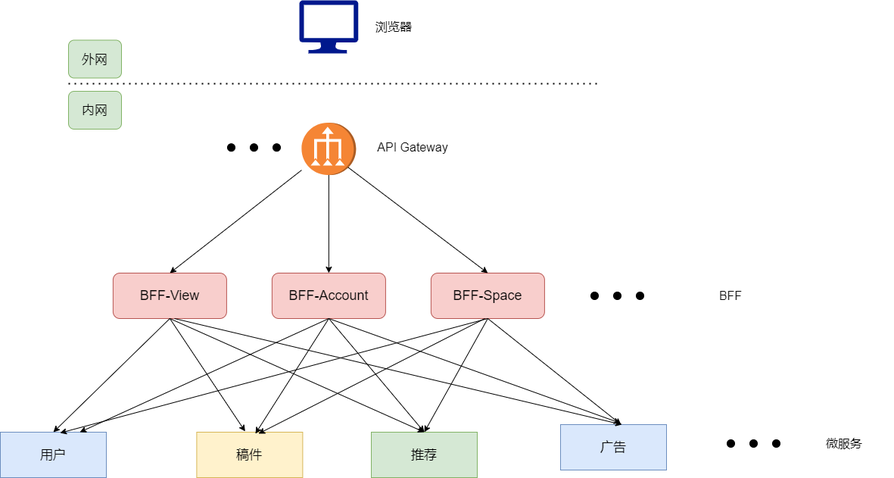
Nevermore12321/LeetCode keeps this draw.io diagram as go进阶训练营/微服务-APIGateway.png. Above is the earlier version. Source tidied: cells renumbered, new cells last; positions are measured from the earlier drawing's top-left corner, leaving out a move shared by most shapes.
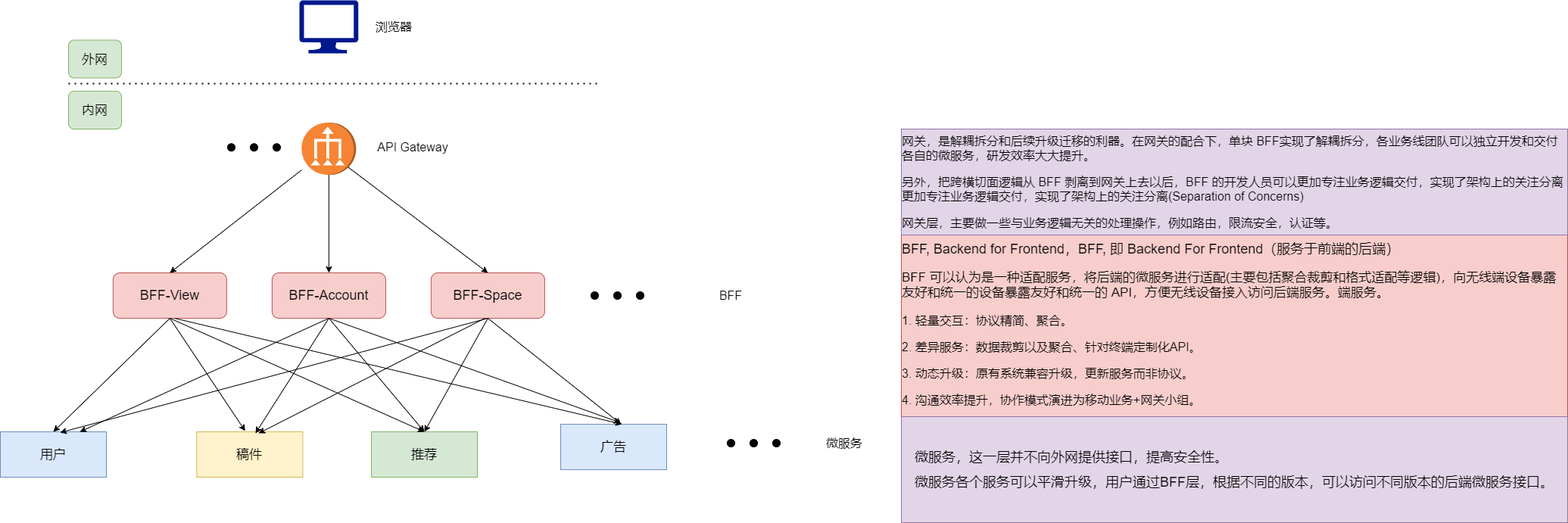
The same file after the commit.

What changed in the source:
```diff
@@ -131,5 +131,14 @@
     <mxCell id="41" value="&lt;font style=&quot;font-size: 16px&quot;&gt;微服务&lt;br&gt;&lt;/font&gt;" style="text;html=1;strokeColor=none;fillColor=none;align=center;verticalAlign=middle;whiteSpace=wrap;rounded=0;" parent="1" vertex="1">
       <mxGeometry x="1050" y="569.2" width="130" height="31.5" as="geometry" />
     </mxCell>
+    <mxCell id="42" value="&lt;p style=&quot;text-align: left&quot;&gt;&lt;font style=&quot;font-size: 18px&quot;&gt;BFF, Backend for Frontend，BFF, 即 Backend For Frontend（服务于前端的后端）&lt;/font&gt;&lt;/p&gt;&lt;p style=&quot;text-align: left ; font-size: 17px&quot;&gt;&lt;span class=&quot;fontstyle0&quot;&gt;BFF &lt;/span&gt;&lt;span class=&quot;fontstyle2&quot;&gt;可以认为是一种适配服务，将后端的微服务进行&lt;/span&gt;&lt;span class=&quot;fontstyle2&quot;&gt;适配&lt;/span&gt;&lt;span class=&quot;fontstyle0&quot;&gt;(&lt;/span&gt;&lt;span class=&quot;fontstyle2&quot;&gt;主要包括聚合裁剪和格式适配等逻辑&lt;/span&gt;&lt;span class=&quot;fontstyle0&quot;&gt;)&lt;/span&gt;&lt;span class=&quot;fontstyle2&quot;&gt;，向无线端&lt;/span&gt;&lt;span&gt;设备暴露友好和统一的&lt;/span&gt;&lt;span class=&quot;fontstyle2&quot;&gt;设备暴露友好和统一的 &lt;/span&gt;&lt;span class=&quot;fontstyle0&quot;&gt;API&lt;/span&gt;&lt;span class=&quot;fontstyle2&quot;&gt;，方便无线设备接入访问后端服务。&lt;/span&gt;&lt;span&gt;端服务。&lt;/span&gt;&lt;/p&gt;&lt;p style=&quot;text-align: left ; font-size: 16px&quot;&gt;&lt;span class=&quot;fontstyle0&quot;&gt;1. 轻量交互：协议精简、聚合。&lt;/span&gt;&lt;/p&gt;&lt;p style=&quot;text-align: left ; font-size: 16px&quot;&gt;&lt;span class=&quot;fontstyle0&quot; style=&quot;text-align: center&quot;&gt;2. 差异服务：数据裁剪以及聚合、针对终端定制化&lt;/span&gt;&lt;span class=&quot;fontstyle3&quot; style=&quot;text-align: center&quot;&gt;API&lt;/span&gt;&lt;span class=&quot;fontstyle0&quot; style=&quot;text-align: center&quot;&gt;。&lt;/span&gt;&lt;/p&gt;&lt;p style=&quot;text-align: left ; font-size: 16px&quot;&gt;&lt;span class=&quot;fontstyle0&quot; style=&quot;text-align: center&quot;&gt;3. 动态升级：原有系统兼容升级，更新服务而非协议。&lt;/span&gt;&lt;/p&gt;&lt;p style=&quot;text-align: left ; font-size: 16px&quot;&gt;&lt;span class=&quot;fontstyle0&quot; style=&quot;text-align: center&quot;&gt;4. 沟通效率提升，协作模式演进为移动业务&lt;/span&gt;&lt;span class=&quot;fontstyle3&quot; style=&quot;text-align: center&quot;&gt;+&lt;/span&gt;&lt;span class=&quot;fontstyle0&quot; style=&quot;text-align: center&quot;&gt;网关小组。&lt;/span&gt;&lt;/p&gt;&lt;p&gt;&lt;/p&gt;" style="text;html=1;strokeColor=#b85450;fillColor=#f8cecc;align=center;verticalAlign=middle;whiteSpace=wrap;rounded=0;" parent="1" vertex="1">
+      <mxGeometry x="1190" y="310" width="880" height="240" as="geometry" />
+    </mxCell>
+    <mxCell id="43" value="&lt;p style=&quot;text-align: left&quot;&gt;&lt;span style=&quot;font-size: 18px&quot;&gt;微服务，这一层并不向外网提供接口，提高安全性。&lt;/span&gt;&lt;/p&gt;&lt;p style=&quot;text-align: left&quot;&gt;&lt;span style=&quot;font-size: 18px&quot;&gt;微服务各个服务可以平滑升级，用户通过BFF层，根据不同的版本，可以访问不同版本的后端微服务接口。&lt;/span&gt;&lt;/p&gt;&lt;p&gt;&lt;/p&gt;" style="text;html=1;strokeColor=#9673a6;fillColor=#e1d5e7;align=center;verticalAlign=middle;whiteSpace=wrap;rounded=0;" parent="1" vertex="1">
+      <mxGeometry x="1190" y="550" width="880" height="140" as="geometry" />
+    </mxCell>
+    <mxCell id="44" value="&lt;p style=&quot;text-align: left ; font-size: 16px&quot;&gt;&lt;span class=&quot;fontstyle0&quot;&gt;网关，是解耦拆分&lt;/span&gt;&lt;span class=&quot;fontstyle0&quot; style=&quot;text-align: center&quot;&gt;和后续升级迁移的利器。在网关的配合下，单块 &lt;/span&gt;&lt;span class=&quot;fontstyle2&quot; style=&quot;text-align: center&quot;&gt;BFF&lt;/span&gt;&lt;span class=&quot;fontstyle0&quot; style=&quot;text-align: center&quot;&gt;实现了解耦拆分，各业务线团队可以独立开发和交付各&lt;/span&gt;&lt;span class=&quot;fontstyle0&quot; style=&quot;text-align: center&quot;&gt;自的微服务，研发效率大大提升。&lt;/span&gt;&lt;/p&gt;&lt;p style=&quot;text-align: left ; font-size: 16px&quot;&gt;&lt;span class=&quot;fontstyle0&quot; style=&quot;text-align: center&quot;&gt;另外，把跨横切面逻&lt;/span&gt;&lt;span class=&quot;fontstyle0&quot; style=&quot;text-align: center&quot;&gt;辑从 &lt;/span&gt;&lt;span class=&quot;fontstyle2&quot; style=&quot;text-align: center&quot;&gt;BFF &lt;/span&gt;&lt;span class=&quot;fontstyle0&quot; style=&quot;text-align: center&quot;&gt;剥离到网关上去以后，&lt;/span&gt;&lt;span class=&quot;fontstyle2&quot; style=&quot;text-align: center&quot;&gt;BFF &lt;/span&gt;&lt;span class=&quot;fontstyle0&quot; style=&quot;text-align: center&quot;&gt;的开发人员可以更加专注业务逻辑交付，实现了架构上的关注分离&lt;/span&gt;&lt;span class=&quot;fontstyle0&quot; style=&quot;text-align: center&quot;&gt;更加专注业务逻辑交付，实现了架构上的关注分离&lt;/span&gt;&lt;span class=&quot;fontstyle2&quot; style=&quot;text-align: center&quot;&gt;(Separation of Concerns)&lt;/span&gt;&lt;/p&gt;&lt;p style=&quot;text-align: left ; font-size: 16px&quot;&gt;网关层，主要做一些与业务逻辑无关的处理操作，例如路由，限流安全，认证等。&lt;/p&gt;&lt;p&gt;&lt;/p&gt;&lt;p&gt;&lt;/p&gt;" style="text;html=1;strokeColor=#9673a6;fillColor=#e1d5e7;align=center;verticalAlign=middle;whiteSpace=wrap;rounded=0;" parent="1" vertex="1">
+      <mxGeometry x="1190" y="170" width="880" height="140" as="geometry" />
+    </mxCell>
   </root>
 </mxGraphModel>
```
